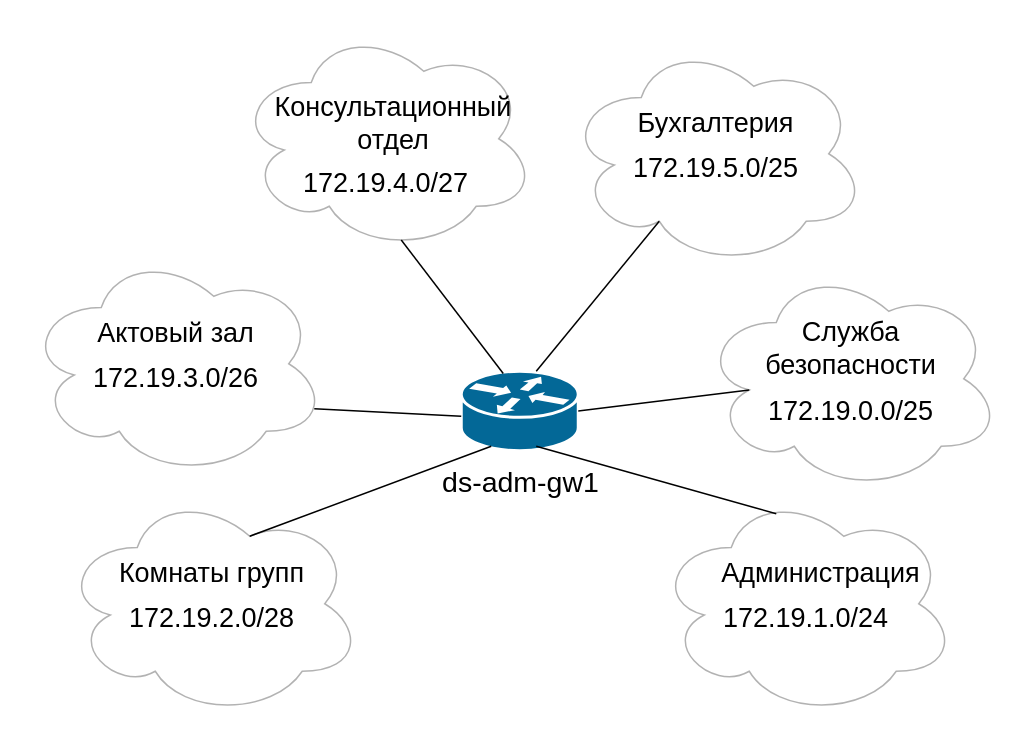
dibovdmitry/Project keeps this draw.io diagram as Схема доступа L3.drawio. Above is the earlier version. Source tidied: cells renumbered, new cells numbered last; positions are measured from the earlier drawing's top-left corner, leaving out a move shared by most shapes. Both pictures are drawn from the tidied source at 150%, with x=0, y=0 at pixel (26, 26).
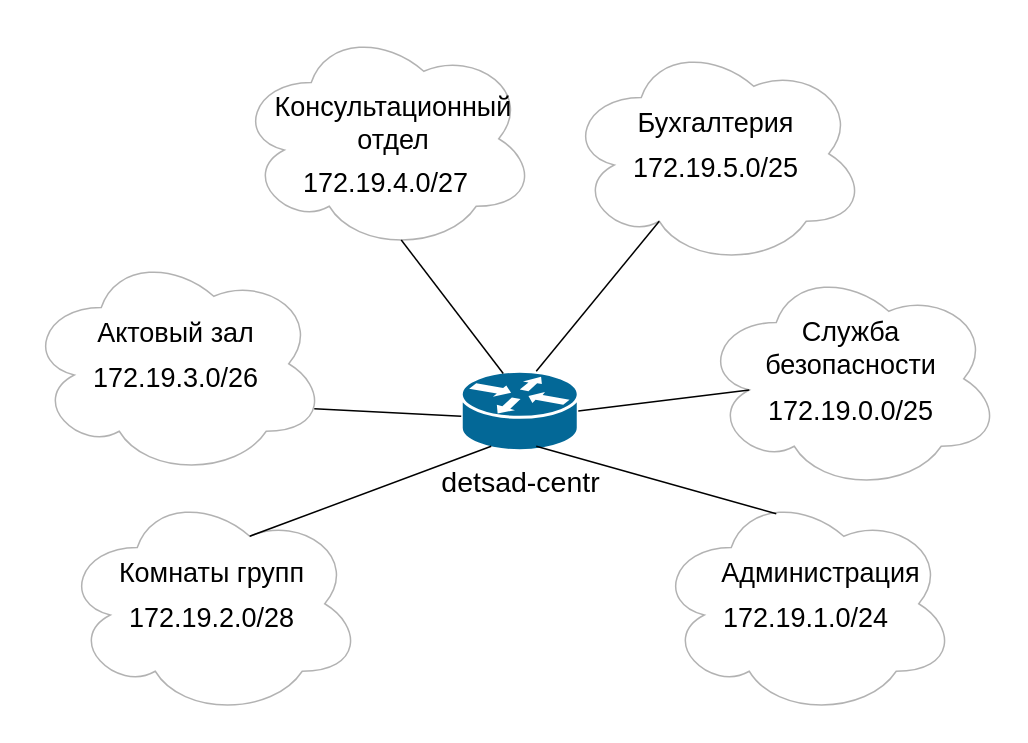
After the change.

Diff of the diagram source:
```diff
@@
-    <mxCell id="27" value="ds-adm-gw1" style="text;html=1;strokeColor=none;fillColor=none;align=center;verticalAlign=middle;whiteSpace=wrap;rounded=0;fontSize=19;" parent="1" vertex="1">
+    <mxCell id="27" value="detsad-centr" style="text;html=1;strokeColor=none;fillColor=none;align=center;verticalAlign=middle;whiteSpace=wrap;rounded=0;fontSize=19;" parent="1" vertex="1">
       <mxGeometry x="270" y="290" width="120" height="30" as="geometry" />
     </mxCell>
```
